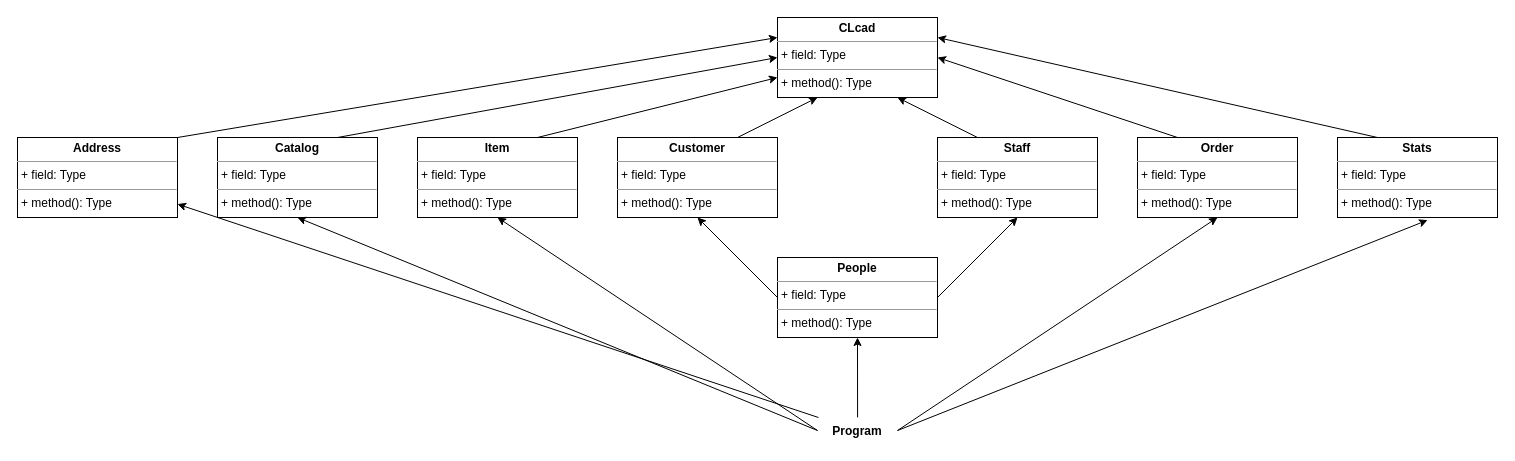
This is page "Page-2" (2 of 2) of Diagrammes/Diagrammes de classes.drawio from pierre1316/Projet-POO-CPP-CLI, a draw.io file, before an edit. Source tidied: cells renumbered, new cells numbered last; positions are measured from the earlier drawing's top-left corner, leaving out a move shared by most shapes. Both pictures are drawn from the tidied source at 100%, with x=0, y=0 at pixel (17, 17).
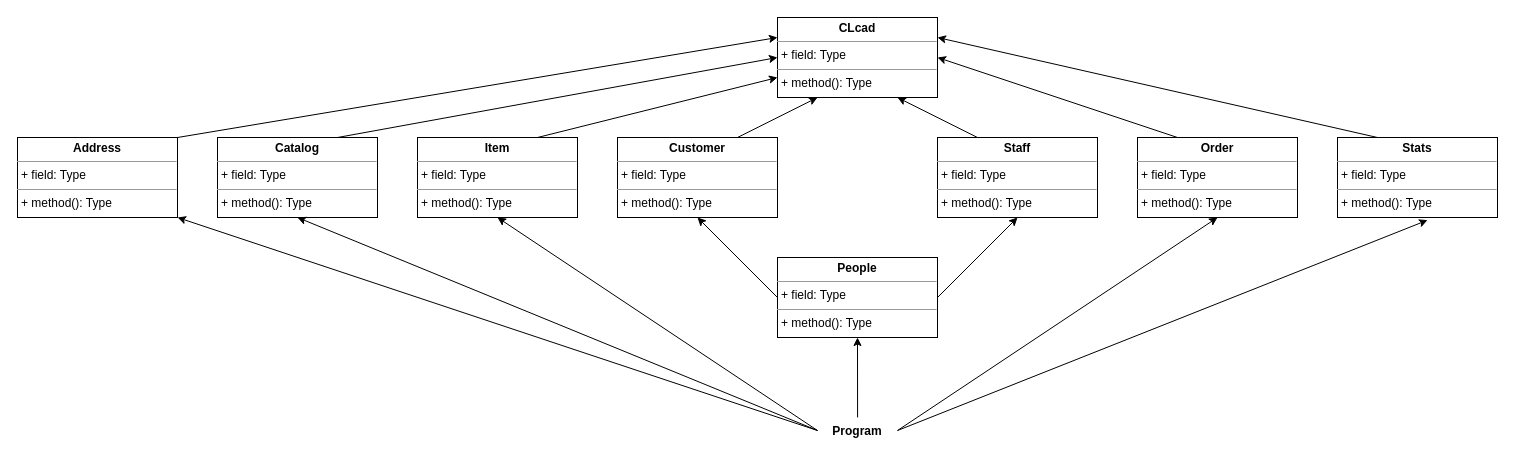
The same page after the edit.

Unchanged cells that the change refers to:
```xml
<mxCell id="25" value="Program" style="text;align=center;fontStyle=1;verticalAlign=middle;spacingLeft=3;spacingRight=3;strokeColor=none;points=[[0,0.5],[1,0.5]];portConstraint=eastwest;" parent="1" vertex="1">
  <mxGeometry x="800" y="400" width="80" height="26" as="geometry" />
</mxCell>
<mxCell id="27" value="&lt;p style=&quot;margin:0px;margin-top:4px;text-align:center;&quot;&gt;&lt;b&gt;Address&lt;/b&gt;&lt;/p&gt;&lt;hr size=&quot;1&quot;&gt;&lt;p style=&quot;margin:0px;margin-left:4px;&quot;&gt;+ field: Type&lt;/p&gt;&lt;hr size=&quot;1&quot;&gt;&lt;p style=&quot;margin:0px;margin-left:4px;&quot;&gt;+ method(): Type&lt;/p&gt;" style="verticalAlign=top;align=left;overflow=fill;fontSize=12;fontFamily=Helvetica;html=1;" parent="1" vertex="1">
  <mxGeometry y="120" width="160" height="80" as="geometry" />
</mxCell>
```

Diff of the diagram source:
```diff
@@
-    <mxCell id="4" style="rounded=0;jettySize=auto;html=1;" parent="1" edge="1" source="25" target="27">
+    <mxCell id="4" style="rounded=0;jettySize=auto;html=1;exitX=0;exitY=0.5;exitDx=0;exitDy=0;entryX=1;entryY=1;entryDx=0;entryDy=0;" parent="1" edge="1" source="25" target="27">
       <mxGeometry relative="1" as="geometry" />
     </mxCell>
```
